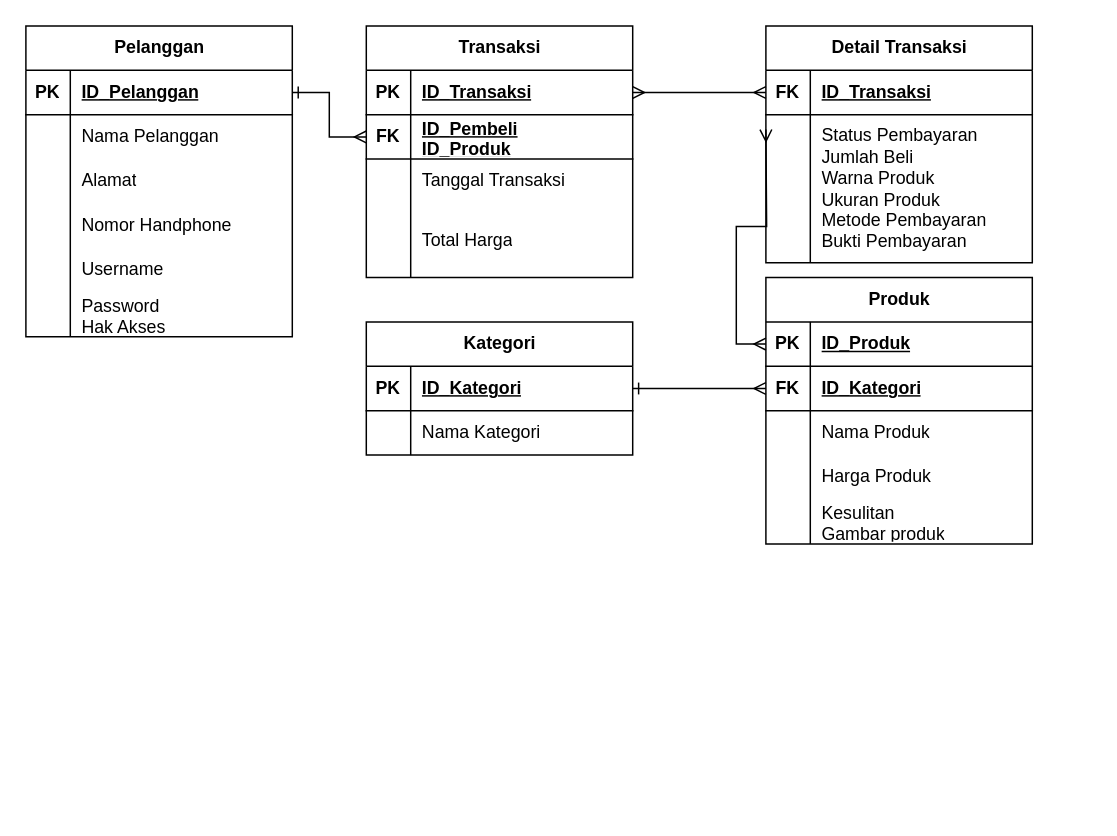
The draw.io diagram page "Halaman-13" (13 of 16) of TA.drawio in angelinahandini/TA, before the edit. Source tidied: cells renumbered, new cells numbered last; positions are measured from the earlier drawing's top-left corner, leaving out a move shared by most shapes. Both pictures are drawn from the tidied source at 148%, with x=0, y=0 at pixel (25, 25).
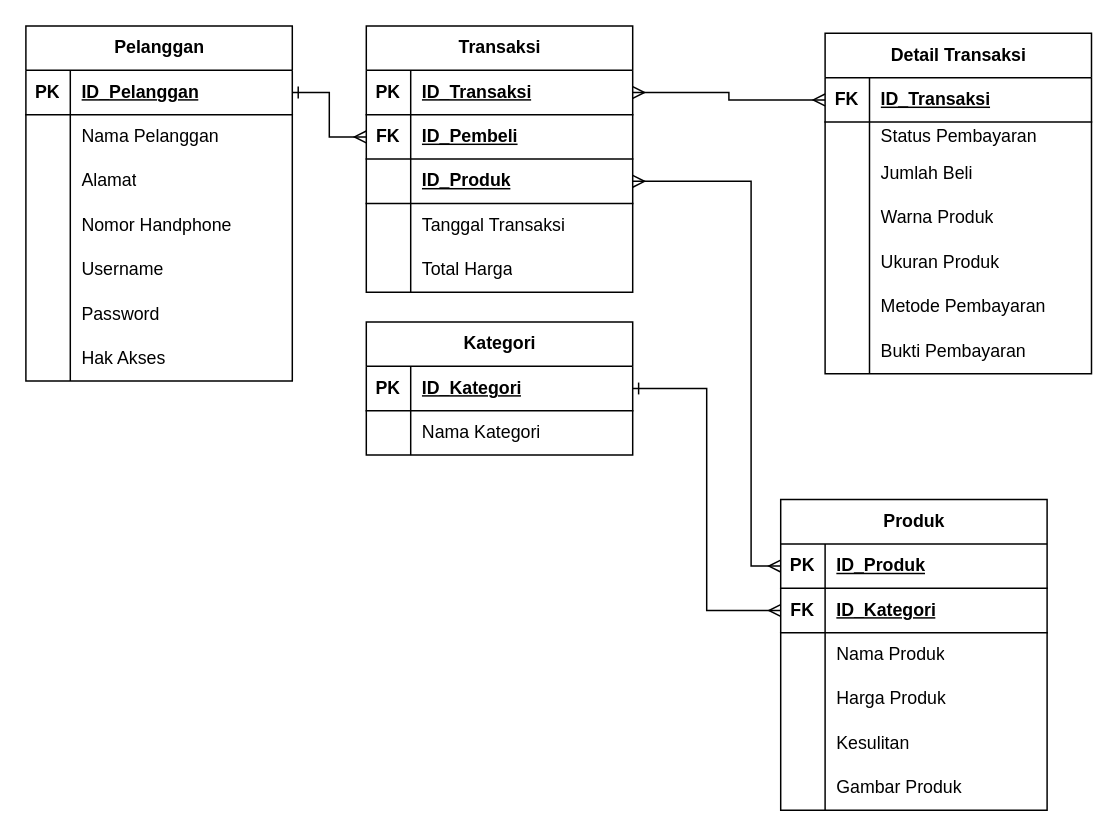
The same page after the edit.

The change refers to these unchanged cells:
```xml
<mxCell id="3" style="shape=tableRow;horizontal=0;startSize=0;swimlaneHead=0;swimlaneBody=0;fillColor=none;points=[[0,0.5],[1,0.5]];portConstraint=eastwest;top=0;left=0;right=0;bottom=1;" parent="2" vertex="1">
  <mxGeometry y="30" width="180" height="30" as="geometry" />
</mxCell>
<mxCell id="15" style="shape=tableRow;horizontal=0;startSize=0;swimlaneHead=0;swimlaneBody=0;fillColor=none;top=0;left=0;right=0;bottom=0;" parent="2" vertex="1">
  <mxGeometry y="150" width="180" height="30" as="geometry" />
</mxCell>
<mxCell id="34" style="shape=tableRow;horizontal=0;startSize=0;swimlaneHead=0;swimlaneBody=0;fillColor=none;top=0;left=0;right=0;bottom=0;" parent="18" vertex="1">
  <mxGeometry y="180" width="180" height="30" as="geometry" />
</mxCell>
<mxCell id="41" style="shape=tableRow;horizontal=0;startSize=0;swimlaneHead=0;swimlaneBody=0;fillColor=none;points=[[0,0.5],[1,0.5]];portConstraint=eastwest;top=0;left=0;right=0;bottom=1;" parent="37" vertex="1">
  <mxGeometry y="60" width="180" height="30" as="geometry" />
</mxCell>
```

Diff of the diagram source:
```diff
@@
     <mxCell id="2" value="Produk" style="shape=table;startSize=30;childLayout=tableLayout;rowLines=0;fontStyle=1;align=center;html=1;" parent="1" vertex="1">
-      <mxGeometry x="500" y="170" width="180" height="180" as="geometry" />
+      <mxGeometry x="510" y="320" width="180" height="210" as="geometry" />
     </mxCell>
@@
-    <mxCell id="17" value="Kesulitan&lt;br&gt;Gambar produk" style="shape=partialRectangle;fillColor=none;top=0;left=0;bottom=0;right=0;align=left;spacingLeft=6;overflow=hidden;whiteSpace=wrap;html=1;" parent="15" vertex="1">
+    <mxCell id="17" value="Kesulitan" style="shape=partialRectangle;fillColor=none;top=0;left=0;bottom=0;right=0;align=left;spacingLeft=6;overflow=hidden;whiteSpace=wrap;html=1;" parent="15" vertex="1">
       <mxGeometry x="30" width="150" height="30" as="geometry" />
     </mxCell>
+    <mxCell id="68" style="shape=tableRow;horizontal=0;startSize=0;swimlaneHead=0;swimlaneBody=0;fillColor=none;top=0;left=0;right=0;bottom=0;" parent="2" vertex="1">
+      <mxGeometry y="180" width="180" height="30" as="geometry" />
+    </mxCell>
+    <mxCell id="69" style="shape=partialRectangle;fillColor=none;top=0;left=0;bottom=0;right=0;overflow=hidden;whiteSpace=wrap;html=1;" parent="68" vertex="1">
+      <mxGeometry width="30" height="30" as="geometry" />
+    </mxCell>
+    <mxCell id="70" value="Gambar Produk" style="shape=partialRectangle;fillColor=none;top=0;left=0;bottom=0;right=0;align=left;spacingLeft=6;overflow=hidden;whiteSpace=wrap;html=1;" parent="68" vertex="1">
+      <mxGeometry x="30" width="150" height="30" as="geometry" />
+    </mxCell>
     <mxCell id="18" value="Pelanggan" style="shape=table;startSize=30;childLayout=tableLayout;rowLines=0;fontStyle=1;align=center;html=1;" parent="1" vertex="1">
-      <mxGeometry width="180" height="210" as="geometry" />
+      <mxGeometry width="180" height="240" as="geometry" />
     </mxCell>
@@
-    <mxCell id="36" value="Password&lt;br&gt;Hak Akses" style="shape=partialRectangle;fillColor=none;top=0;left=0;bottom=0;right=0;align=left;spacingLeft=6;overflow=hidden;whiteSpace=wrap;html=1;" parent="34" vertex="1">
+    <mxCell id="36" value="Password" style="shape=partialRectangle;fillColor=none;top=0;left=0;bottom=0;right=0;align=left;spacingLeft=6;overflow=hidden;whiteSpace=wrap;html=1;" parent="34" vertex="1">
       <mxGeometry x="30" width="150" height="30" as="geometry" />
     </mxCell>
+    <mxCell id="71" style="shape=tableRow;horizontal=0;startSize=0;swimlaneHead=0;swimlaneBody=0;fillColor=none;top=0;left=0;right=0;bottom=0;" parent="18" vertex="1">
+      <mxGeometry y="210" width="180" height="30" as="geometry" />
+    </mxCell>
+    <mxCell id="72" style="shape=partialRectangle;fillColor=none;top=0;left=0;bottom=0;right=0;overflow=hidden;whiteSpace=wrap;html=1;" parent="71" vertex="1">
+      <mxGeometry width="30" height="30" as="geometry" />
+    </mxCell>
+    <mxCell id="73" value="Hak Akses" style="shape=partialRectangle;fillColor=none;top=0;left=0;bottom=0;right=0;align=left;spacingLeft=6;overflow=hidden;whiteSpace=wrap;html=1;" parent="71" vertex="1">
+      <mxGeometry x="30" width="150" height="30" as="geometry" />
+    </mxCell>
     <mxCell id="37" value="Transaksi" style="shape=table;startSize=30;childLayout=tableLayout;rowLines=0;fontStyle=1;align=center;html=1;" parent="1" vertex="1">
-      <mxGeometry x="230" width="180" height="170" as="geometry" />
+      <mxGeometry x="230" width="180" height="180" as="geometry" />
     </mxCell>
@@
-    <mxCell id="43" value="ID_Pembeli&lt;br&gt;ID_Produk" style="shape=partialRectangle;fillColor=none;top=0;left=0;bottom=0;right=0;align=left;spacingLeft=6;fontStyle=5;overflow=hidden;whiteSpace=wrap;html=1;" parent="41" vertex="1">
+    <mxCell id="43" value="ID_Pembeli" style="shape=partialRectangle;fillColor=none;top=0;left=0;bottom=0;right=0;align=left;spacingLeft=6;fontStyle=5;overflow=hidden;whiteSpace=wrap;html=1;" parent="41" vertex="1">
       <mxGeometry x="30" width="150" height="30" as="geometry" />
     </mxCell>
+    <mxCell id="74" style="shape=tableRow;horizontal=0;startSize=0;swimlaneHead=0;swimlaneBody=0;fillColor=none;points=[[0,0.5],[1,0.5]];portConstraint=eastwest;top=0;left=0;right=0;bottom=1;" parent="37" vertex="1">
+      <mxGeometry y="90" width="180" height="30" as="geometry" />
+    </mxCell>
+    <mxCell id="75" style="shape=partialRectangle;fillColor=none;top=0;left=0;bottom=0;right=0;fontStyle=1;overflow=hidden;whiteSpace=wrap;html=1;" parent="74" vertex="1">
+      <mxGeometry width="30" height="30" as="geometry" />
+    </mxCell>
+    <mxCell id="76" value="ID_Produk" style="shape=partialRectangle;fillColor=none;top=0;left=0;bottom=0;right=0;align=left;spacingLeft=6;fontStyle=5;overflow=hidden;whiteSpace=wrap;html=1;" parent="74" vertex="1">
+      <mxGeometry x="30" width="150" height="30" as="geometry" />
+    </mxCell>
     <mxCell id="44" style="shape=tableRow;horizontal=0;startSize=0;swimlaneHead=0;swimlaneBody=0;fillColor=none;top=0;left=0;right=0;bottom=0;" parent="37" vertex="1">
-      <mxGeometry y="90" width="180" height="30" as="geometry" />
+      <mxGeometry y="120" width="180" height="30" as="geometry" />
     </mxCell>
@@
     <mxCell id="47" style="shape=tableRow;horizontal=0;startSize=0;swimlaneHead=0;swimlaneBody=0;fillColor=none;top=0;left=0;right=0;bottom=0;" parent="37" vertex="1">
-      <mxGeometry y="120" width="180" height="50" as="geometry" />
+      <mxGeometry y="150" width="180" height="30" as="geometry" />
     </mxCell>
     <mxCell id="48" style="shape=partialRectangle;fillColor=none;top=0;left=0;bottom=0;right=0;overflow=hidden;whiteSpace=wrap;html=1;" parent="47" vertex="1">
-      <mxGeometry width="30" height="50" as="geometry" />
+      <mxGeometry width="30" height="30" as="geometry" />
     </mxCell>
     <mxCell id="49" value="Total Harga" style="shape=partialRectangle;fillColor=none;top=0;left=0;bottom=0;right=0;align=left;spacingLeft=6;overflow=hidden;whiteSpace=wrap;html=1;" parent="47" vertex="1">
-      <mxGeometry x="30" width="150" height="50" as="geometry" />
+      <mxGeometry x="30" width="150" height="30" as="geometry" />
     </mxCell>
     <mxCell id="50" value="Detail Transaksi" style="shape=table;startSize=30;childLayout=tableLayout;rowLines=0;fontStyle=1;align=center;html=1;" parent="1" vertex="1">
-      <mxGeometry x="500" width="180" height="160" as="geometry" />
+      <mxGeometry x="540" y="5" width="180" height="230" as="geometry" />
     </mxCell>
@@
     <mxCell id="54" style="shape=tableRow;horizontal=0;startSize=0;swimlaneHead=0;swimlaneBody=0;fillColor=none;top=0;left=0;right=0;bottom=0;" parent="50" vertex="1">
-      <mxGeometry y="60" width="180" height="100" as="geometry" />
+      <mxGeometry y="60" width="180" height="20" as="geometry" />
     </mxCell>
     <mxCell id="55" style="shape=partialRectangle;fillColor=none;top=0;left=0;bottom=0;right=0;overflow=hidden;whiteSpace=wrap;html=1;" parent="54" vertex="1">
-      <mxGeometry width="30" height="100" as="geometry" />
+      <mxGeometry width="30" height="20" as="geometry" />
     </mxCell>
-    <mxCell id="56" value="Status Pembayaran&lt;br&gt;Jumlah Beli&lt;br&gt;Warna Produk&lt;br&gt;Ukuran Produk&lt;br&gt;Metode Pembayaran&lt;br&gt;Bukti Pembayaran&lt;br&gt;" style="shape=partialRectangle;fillColor=none;top=0;left=0;bottom=0;right=0;align=left;spacingLeft=6;overflow=hidden;whiteSpace=wrap;html=1;" parent="54" vertex="1">
-      <mxGeometry x="30" width="150" height="100" as="geometry" />
+    <mxCell id="56" value="Status Pembayaran" style="shape=partialRectangle;fillColor=none;top=0;left=0;bottom=0;right=0;align=left;spacingLeft=6;overflow=hidden;whiteSpace=wrap;html=1;" parent="54" vertex="1">
+      <mxGeometry x="30" width="150" height="20" as="geometry" />
     </mxCell>
+    <mxCell id="77" style="shape=tableRow;horizontal=0;startSize=0;swimlaneHead=0;swimlaneBody=0;fillColor=none;top=0;left=0;right=0;bottom=0;" parent="50" vertex="1">
+      <mxGeometry y="80" width="180" height="30" as="geometry" />
+    </mxCell>
+    <mxCell id="78" style="shape=partialRectangle;fillColor=none;top=0;left=0;bottom=0;right=0;overflow=hidden;whiteSpace=wrap;html=1;" parent="77" vertex="1">
+      <mxGeometry width="30" height="30" as="geometry" />
+    </mxCell>
+    <mxCell id="79" value="Jumlah Beli" style="shape=partialRectangle;fillColor=none;top=0;left=0;bottom=0;right=0;align=left;spacingLeft=6;overflow=hidden;whiteSpace=wrap;html=1;" parent="77" vertex="1">
+      <mxGeometry x="30" width="150" height="30" as="geometry" />
+    </mxCell>
+    <mxCell id="80" style="shape=tableRow;horizontal=0;startSize=0;swimlaneHead=0;swimlaneBody=0;fillColor=none;top=0;left=0;right=0;bottom=0;" parent="50" vertex="1">
+      <mxGeometry y="110" width="180" height="30" as="geometry" />
+    </mxCell>
+    <mxCell id="81" style="shape=partialRectangle;fillColor=none;top=0;left=0;bottom=0;right=0;overflow=hidden;whiteSpace=wrap;html=1;" parent="80" vertex="1">
+      <mxGeometry width="30" height="30" as="geometry" />
+    </mxCell>
+    <mxCell id="82" value="Warna Produk" style="shape=partialRectangle;fillColor=none;top=0;left=0;bottom=0;right=0;align=left;spacingLeft=6;overflow=hidden;whiteSpace=wrap;html=1;" parent="80" vertex="1">
+      <mxGeometry x="30" width="150" height="30" as="geometry" />
+    </mxCell>
+    <mxCell id="83" style="shape=tableRow;horizontal=0;startSize=0;swimlaneHead=0;swimlaneBody=0;fillColor=none;top=0;left=0;right=0;bottom=0;" parent="50" vertex="1">
+      <mxGeometry y="140" width="180" height="30" as="geometry" />
+    </mxCell>
+    <mxCell id="84" style="shape=partialRectangle;fillColor=none;top=0;left=0;bottom=0;right=0;overflow=hidden;whiteSpace=wrap;html=1;" parent="83" vertex="1">
+      <mxGeometry width="30" height="30" as="geometry" />
+    </mxCell>
+    <mxCell id="85" value="Ukuran Produk" style="shape=partialRectangle;fillColor=none;top=0;left=0;bottom=0;right=0;align=left;spacingLeft=6;overflow=hidden;whiteSpace=wrap;html=1;" parent="83" vertex="1">
+      <mxGeometry x="30" width="150" height="30" as="geometry" />
+    </mxCell>
+    <mxCell id="86" style="shape=tableRow;horizontal=0;startSize=0;swimlaneHead=0;swimlaneBody=0;fillColor=none;top=0;left=0;right=0;bottom=0;" parent="50" vertex="1">
+      <mxGeometry y="170" width="180" height="30" as="geometry" />
+    </mxCell>
+    <mxCell id="87" style="shape=partialRectangle;fillColor=none;top=0;left=0;bottom=0;right=0;overflow=hidden;whiteSpace=wrap;html=1;" parent="86" vertex="1">
+      <mxGeometry width="30" height="30" as="geometry" />
+    </mxCell>
+    <mxCell id="88" value="Metode Pembayaran" style="shape=partialRectangle;fillColor=none;top=0;left=0;bottom=0;right=0;align=left;spacingLeft=6;overflow=hidden;whiteSpace=wrap;html=1;" parent="86" vertex="1">
+      <mxGeometry x="30" width="150" height="30" as="geometry" />
+    </mxCell>
+    <mxCell id="89" style="shape=tableRow;horizontal=0;startSize=0;swimlaneHead=0;swimlaneBody=0;fillColor=none;top=0;left=0;right=0;bottom=0;" parent="50" vertex="1">
+      <mxGeometry y="200" width="180" height="30" as="geometry" />
+    </mxCell>
+    <mxCell id="90" style="shape=partialRectangle;fillColor=none;top=0;left=0;bottom=0;right=0;overflow=hidden;whiteSpace=wrap;html=1;" parent="89" vertex="1">
+      <mxGeometry width="30" height="30" as="geometry" />
+    </mxCell>
+    <mxCell id="91" value="Bukti Pembayaran" style="shape=partialRectangle;fillColor=none;top=0;left=0;bottom=0;right=0;align=left;spacingLeft=6;overflow=hidden;whiteSpace=wrap;html=1;" parent="89" vertex="1">
+      <mxGeometry x="30" width="150" height="30" as="geometry" />
+    </mxCell>
@@
-    <mxCell id="66" style="edgeStyle=orthogonalEdgeStyle;rounded=0;jettySize=auto;html=1;entryX=0;entryY=0.5;entryDx=0;entryDy=0;startArrow=ERmany;startFill=0;endArrow=ERmany;endFill=0;" parent="1" edge="1" target="3">
+    <mxCell id="66" style="edgeStyle=orthogonalEdgeStyle;rounded=0;jettySize=auto;html=1;entryX=0;entryY=0.5;entryDx=0;entryDy=0;startArrow=ERmany;startFill=0;endArrow=ERmany;endFill=0;exitX=1;exitY=0.5;exitDx=0;exitDy=0;" parent="1" edge="1" source="74" target="3">
       <mxGeometry relative="1" as="geometry">
-        <mxPoint x="500" y="70" as="sourcePoint" />
+        <Array as="points">
+          <mxPoint x="490" y="105" />
+          <mxPoint x="490" y="365" />
+        </Array>
       </mxGeometry>
     </mxCell>
```
